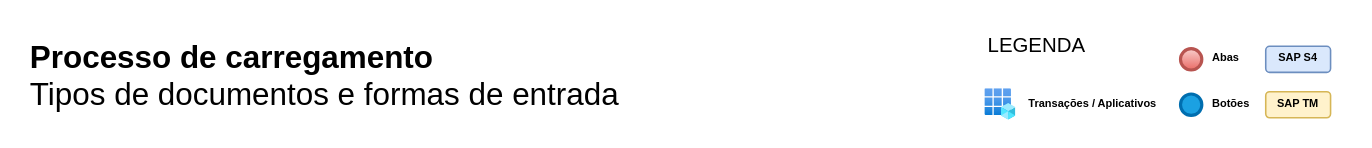
VictorAlvesMatias/fluxogramas keeps this draw.io diagram as Carregamento.drawio. Above is the earlier version. Source tidied: cells renumbered, new cells numbered last; positions are measured from the earlier drawing's top-left corner, leaving out a move shared by most shapes. Both pictures are drawn from the tidied source at 157%, with x=0, y=0 at pixel (27, 27).
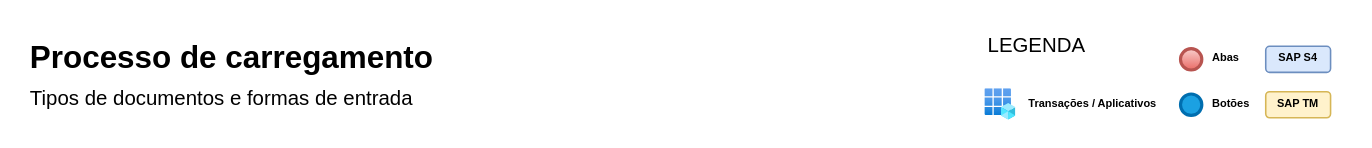
The same diagram, later.

Change to the diagram source:
```diff
@@
 <mxGraphModel>
   <root>
     <mxCell id="0" />
     <mxCell id="1" parent="0" />
-    <mxCell id="2" value="Processo de carregamento&lt;div style=&quot;font-size: 20px;&quot;&gt;&lt;span style=&quot;font-weight: 400; font-size: 20px;&quot;&gt;Tipos de documentos e formas de entrada&lt;/span&gt;&lt;/div&gt;" style="text;html=1;align=left;verticalAlign=middle;whiteSpace=wrap;rounded=0;fontStyle=1;fontSize=20;" parent="1" vertex="1">
+    <mxCell id="2" value="Processo de carregamento&lt;div style=&quot;&quot;&gt;&lt;span style=&quot;font-weight: 400;&quot;&gt;&lt;font style=&quot;font-size: 13px;&quot;&gt;Tipos de documentos e formas de entrada&lt;/font&gt;&lt;/span&gt;&lt;/div&gt;" style="text;html=1;align=left;verticalAlign=middle;whiteSpace=wrap;rounded=0;fontStyle=1;fontSize=20;" parent="1" vertex="1">
       <mxGeometry width="400" height="59.3" as="geometry" />
     </mxCell>
     <mxCell id="3" style="group;" parent="1" vertex="1">
       <mxGeometry x="600" width="240" height="60" as="geometry" />
     </mxCell>
     <mxCell id="4" value="LEGENDA" style="text;html=1;align=left;verticalAlign=middle;whiteSpace=wrap;rounded=0;fontStyle=0;fontSize=13;" parent="3" vertex="1">
       <mxGeometry x="10" width="70" height="21.3" as="geometry" />
     </mxCell>
     <mxCell id="5" style="image;html=1;align=center;fontSize=12;image=img/lib/azure2/identity/App_Registrations.svg;" parent="3" vertex="1">
       <mxGeometry x="10" y="39.2" width="19.7" height="20" as="geometry" />
     </mxCell>
     <mxCell id="6" value="Transações / Aplicativos" style="text;html=1;align=left;verticalAlign=middle;whiteSpace=wrap;rounded=0;fontSize=7;fontStyle=1;" parent="3" vertex="1">
       <mxGeometry x="35.7" y="38.6" width="94.3" height="21.3" as="geometry" />
     </mxCell>
     <mxCell id="7" style="ellipse;whiteSpace=wrap;html=1;strokeWidth=2;fillColor=#1ba1e2;strokeColor=#006EAF;fontColor=#ffffff;" parent="3" vertex="1">
       <mxGeometry x="134.4" y="42.4" width="13.6" height="13.6" as="geometry" />
     </mxCell>
     <mxCell id="8" style="ellipse;whiteSpace=wrap;html=1;fillColor=#f8cecc;strokeColor=#b85450;strokeWidth=2;gradientColor=#ea6b66;" parent="3" vertex="1">
       <mxGeometry x="134.4" y="13.5" width="13.6" height="13.6" as="geometry" />
     </mxCell>
     <mxCell id="9" value="Abas" style="text;html=1;align=left;verticalAlign=middle;whiteSpace=wrap;rounded=0;fontSize=7;fontStyle=1;" parent="3" vertex="1">
       <mxGeometry x="153.1" y="9.6" width="35.6" height="21.3" as="geometry" />
     </mxCell>
     <mxCell id="10" value="Botões" style="text;html=1;align=left;verticalAlign=middle;whiteSpace=wrap;rounded=0;fontSize=7;fontStyle=1;" parent="3" vertex="1">
       <mxGeometry x="153.1" y="38.6" width="35.6" height="21.3" as="geometry" />
     </mxCell>
     <mxCell id="11" value="SAP S4" style="rounded=1;whiteSpace=wrap;html=1;fontSize=7;fillColor=#dae8fc;strokeColor=#6c8ebf;fontStyle=1;" parent="3" vertex="1">
       <mxGeometry x="188.7" y="12" width="41.3" height="16.6" as="geometry" />
     </mxCell>
     <mxCell id="12" value="SAP TM" style="rounded=1;whiteSpace=wrap;html=1;fontSize=7;fillColor=#fff2cc;strokeColor=#d6b656;fontStyle=1;" parent="3" vertex="1">
       <mxGeometry x="188.7" y="40.9" width="41.3" height="16.6" as="geometry" />
     </mxCell>
   </root>
 </mxGraphModel>
```
